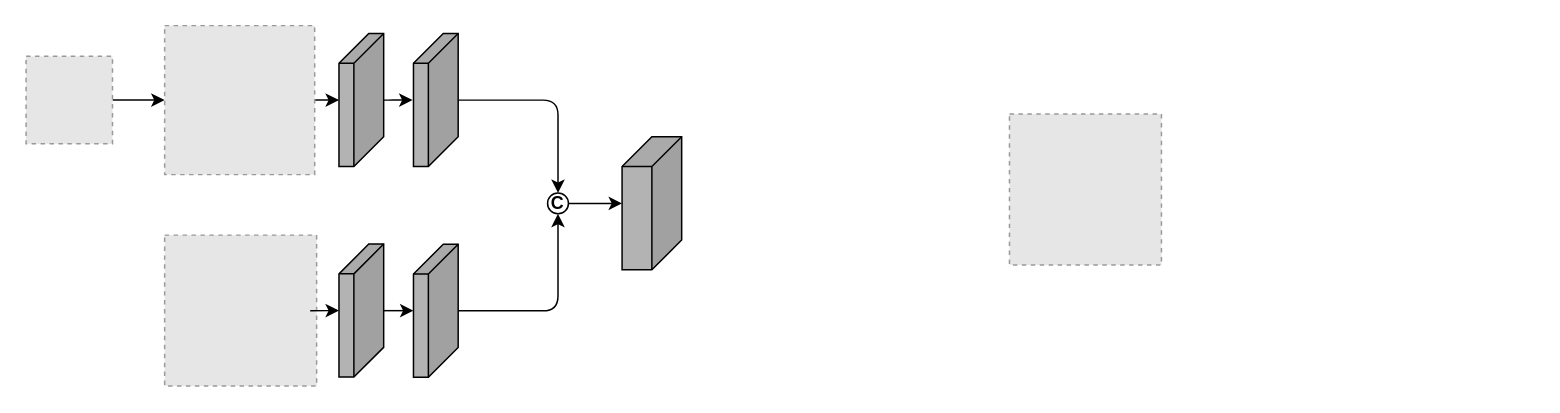
This is Untitled Diagram.drawio from huanghef/git_learning, a draw.io file, before an edit. Source tidied: cells renumbered, new cells numbered last; positions are measured from the earlier drawing's top-left corner, leaving out a move shared by most shapes. Both pictures are drawn from the tidied source at 149%, with x=0, y=0 at pixel (25, 25). Pictures stored in the file or linked from it are replaced by grey dashed boxes.
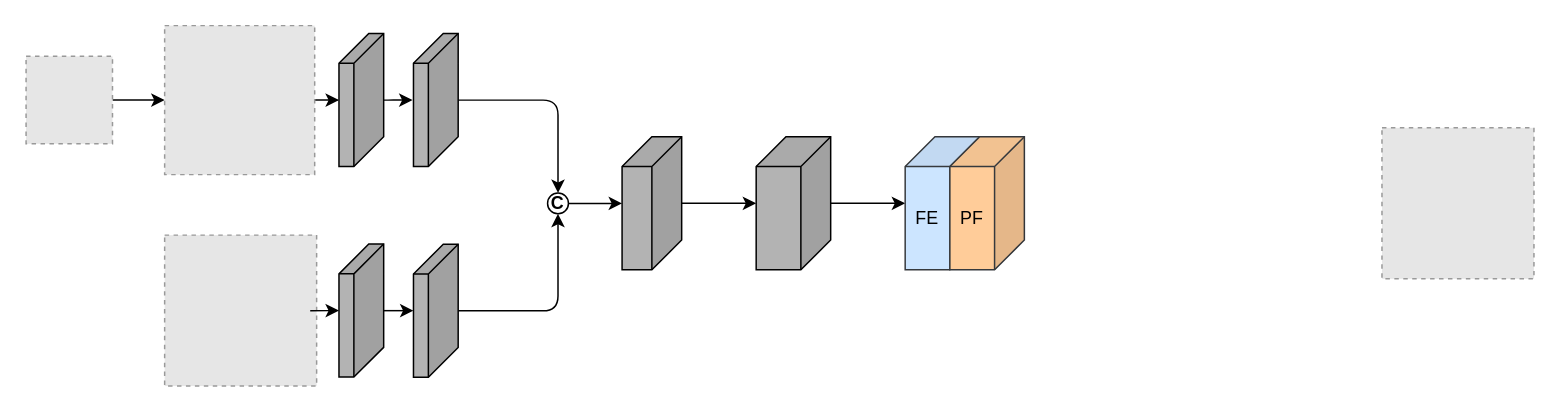
The same page after the edit.

Unchanged cells that the change refers to:
```xml
<mxCell id="19" style="shape=cube;whiteSpace=wrap;html=1;boundedLbl=1;backgroundOutline=1;darkOpacity=0.05;darkOpacity2=0.1;direction=east;flipH=1;fillColor=#B3B3B3;" parent="1" vertex="1">
  <mxGeometry x="400" y="74.3" width="40" height="89.3" as="geometry" />
</mxCell>
```

The edit, as a diff of the source:
```diff
@@
     <mxCell id="6" style="fillColor=#E6E6E6;strokeColor=#999999;dashed=1;verticalLabelPosition=bottom;labelBackgroundColor=default;verticalAlign=top;" parent="1" vertex="1">
-      <mxGeometry x="660" y="59" width="102" height="101.3" as="geometry" />
+      <mxGeometry x="910" y="68.3" width="102" height="101.3" as="geometry" />
     </mxCell>
@@
+    <mxCell id="20" style="edgeStyle=orthogonalEdgeStyle;rounded=1;jettySize=auto;html=1;" parent="1" edge="1" source="19" target="22">
+      <mxGeometry relative="1" as="geometry" />
+    </mxCell>
@@
+    <mxCell id="21" style="edgeStyle=orthogonalEdgeStyle;rounded=1;jettySize=auto;html=1;" parent="1" edge="1" source="22" target="23">
+      <mxGeometry relative="1" as="geometry" />
+    </mxCell>
+    <mxCell id="22" style="shape=cube;whiteSpace=wrap;html=1;boundedLbl=1;backgroundOutline=1;darkOpacity=0.05;darkOpacity2=0.1;direction=east;flipH=1;fillColor=#B3B3B3;" parent="1" vertex="1">
+      <mxGeometry x="490" y="74.3" width="50" height="89.3" as="geometry" />
+    </mxCell>
+    <mxCell id="23" value="FE" style="shape=cube;whiteSpace=wrap;html=1;boundedLbl=1;backgroundOutline=1;darkOpacity=0.05;darkOpacity2=0.1;direction=east;flipH=1;fillColor=#cce5ff;strokeColor=#36393d;" parent="1" vertex="1">
+      <mxGeometry x="590" y="74.3" width="50" height="89.3" as="geometry" />
+    </mxCell>
+    <mxCell id="24" value="PF" style="shape=cube;whiteSpace=wrap;html=1;boundedLbl=1;backgroundOutline=1;darkOpacity=0.05;darkOpacity2=0.1;direction=east;flipH=1;fillColor=#ffcc99;strokeColor=#36393d;" parent="1" vertex="1">
+      <mxGeometry x="620" y="74.3" width="50" height="89.3" as="geometry" />
+    </mxCell>
```
